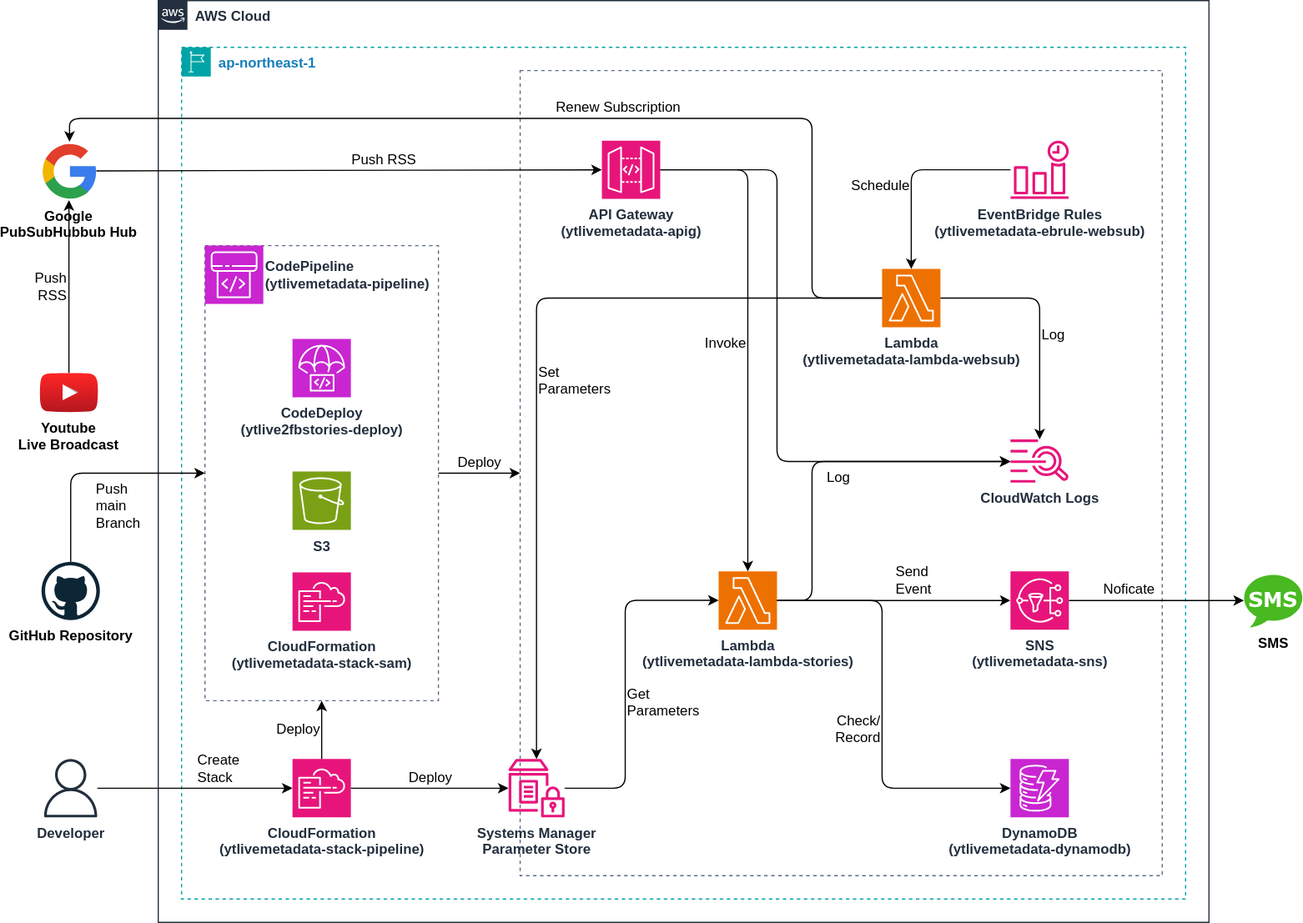
Above: architecture.drawio.svg in infhyroyage/YTLiveMetaData (draw.io), before the change. Source tidied: cells renumbered, new cells last; positions are measured from the earlier drawing's top-left corner, leaving out a move shared by most shapes. Its diagram source:
```xml
<mxGraphModel>
  <root>
    <mxCell id="0" />
    <mxCell id="1" parent="0" />
    <mxCell id="2" value="AWS Cloud" style="gradientColor=none;html=1;whiteSpace=wrap;fontSize=12;fontStyle=1;shape=mxgraph.aws4.group;grIcon=mxgraph.aws4.group_aws_cloud_alt;strokeColor=#232F3E;fillColor=none;verticalAlign=top;align=left;spacingLeft=30;fontColor=#232F3E;dashed=0;" parent="1" vertex="1">
      <mxGeometry x="102" width="900" height="790" as="geometry" />
    </mxCell>
    <mxCell id="3" value="ap-northeast-1" style="gradientColor=none;html=1;whiteSpace=wrap;fontSize=12;fontStyle=1;shape=mxgraph.aws4.group;grIcon=mxgraph.aws4.group_region;strokeColor=#00A4A6;fillColor=none;verticalAlign=top;align=left;spacingLeft=30;fontColor=#147EBA;dashed=1;" parent="2" vertex="1">
      <mxGeometry x="20" y="40" width="860" height="730" as="geometry" />
    </mxCell>
    <mxCell id="4" style="fillColor=none;strokeColor=#5A6C86;dashed=1;verticalAlign=top;fontStyle=0;fontColor=#5A6C86;whiteSpace=wrap;html=1;" parent="3" vertex="1">
      <mxGeometry x="290" y="20" width="550" height="690" as="geometry" />
    </mxCell>
    <mxCell id="5" value="Check/&lt;div&gt;&lt;span style=&quot;background-color: light-dark(#ffffff, var(--ge-dark-color, #121212));&quot;&gt;Record&amp;nbsp;&lt;/span&gt;&lt;/div&gt;" style="edgeStyle=orthogonalEdgeStyle;html=1;fontSize=12;labelPosition=left;verticalLabelPosition=bottom;align=right;verticalAlign=top;" parent="3" edge="1" source="8" target="12">
      <mxGeometry relative="1" as="geometry">
        <Array as="points">
          <mxPoint x="600" y="474" />
          <mxPoint x="600" y="635" />
        </Array>
      </mxGeometry>
    </mxCell>
    <mxCell id="6" style="fillColor=none;strokeColor=#5A6C86;dashed=1;verticalAlign=top;fontStyle=0;fontColor=#5A6C86;whiteSpace=wrap;html=1;" parent="3" vertex="1">
      <mxGeometry x="20" y="170" width="200" height="390" as="geometry" />
    </mxCell>
    <mxCell id="7" value="API Gateway&lt;div&gt;(ytlivemetadata-apig)&lt;/div&gt;" style="sketch=0;points=[[0,0,0],[0.25,0,0],[0.5,0,0],[0.75,0,0],[1,0,0],[0,1,0],[0.25,1,0],[0.5,1,0],[0.75,1,0],[1,1,0],[0,0.25,0],[0,0.5,0],[0,0.75,0],[1,0.25,0],[1,0.5,0],[1,0.75,0]];outlineConnect=0;fontColor=#232F3E;fillColor=#E7157B;strokeColor=#ffffff;dashed=0;verticalLabelPosition=bottom;verticalAlign=top;align=center;html=1;fontSize=12;fontStyle=1;shape=mxgraph.aws4.resourceIcon;resIcon=mxgraph.aws4.api_gateway;" parent="3" vertex="1">
      <mxGeometry x="360" y="80" width="50" height="50" as="geometry" />
    </mxCell>
    <mxCell id="8" value="Lambda&lt;div&gt;(ytlivemetadata-lambda-stories)&lt;/div&gt;" style="sketch=0;points=[[0,0,0],[0.25,0,0],[0.5,0,0],[0.75,0,0],[1,0,0],[0,1,0],[0.25,1,0],[0.5,1,0],[0.75,1,0],[1,1,0],[0,0.25,0],[0,0.5,0],[0,0.75,0],[1,0.25,0],[1,0.5,0],[1,0.75,0]];outlineConnect=0;fontColor=#232F3E;fillColor=#ED7100;strokeColor=#ffffff;dashed=0;verticalLabelPosition=bottom;verticalAlign=top;align=center;html=1;fontSize=12;fontStyle=1;shape=mxgraph.aws4.resourceIcon;resIcon=mxgraph.aws4.lambda;" parent="3" vertex="1">
      <mxGeometry x="460" y="449.1" width="50" height="50" as="geometry" />
    </mxCell>
    <mxCell id="9" value="Lambda&lt;div&gt;(ytlivemetadata-lambda-websub)&lt;/div&gt;" style="sketch=0;points=[[0,0,0],[0.25,0,0],[0.5,0,0],[0.75,0,0],[1,0,0],[0,1,0],[0.25,1,0],[0.5,1,0],[0.75,1,0],[1,1,0],[0,0.25,0],[0,0.5,0],[0,0.75,0],[1,0.25,0],[1,0.5,0],[1,0.75,0]];outlineConnect=0;fontColor=#232F3E;fillColor=#ED7100;strokeColor=#ffffff;dashed=0;verticalLabelPosition=bottom;verticalAlign=top;align=center;html=1;fontSize=12;fontStyle=1;shape=mxgraph.aws4.resourceIcon;resIcon=mxgraph.aws4.lambda;" parent="3" vertex="1">
      <mxGeometry x="600" y="190" width="50" height="50" as="geometry" />
    </mxCell>
    <mxCell id="10" value="&lt;span style=&quot;color: rgb(35, 47, 62); font-weight: 700;&quot;&gt;EventBridge Rules&lt;/span&gt;&lt;div&gt;&lt;span style=&quot;color: rgb(35, 47, 62); font-weight: 700;&quot;&gt;(ytlivemetadata-ebrule-websub)&lt;/span&gt;&lt;/div&gt;" style="sketch=0;outlineConnect=0;fontColor=#232F3E;gradientColor=none;fillColor=#E7157B;strokeColor=none;dashed=0;verticalLabelPosition=bottom;verticalAlign=top;align=center;html=1;fontSize=12;fontStyle=0;shape=mxgraph.aws4.event_time_based;" parent="3" vertex="1">
      <mxGeometry x="710" y="80" width="50" height="50" as="geometry" />
    </mxCell>
    <mxCell id="11" value="&lt;span style=&quot;color: rgb(35, 47, 62); font-weight: 700;&quot;&gt;CloudWatch Logs&lt;/span&gt;" style="sketch=0;outlineConnect=0;fontColor=#232F3E;gradientColor=none;fillColor=#E7157B;strokeColor=none;dashed=0;verticalLabelPosition=bottom;verticalAlign=top;align=center;html=1;fontSize=12;fontStyle=0;shape=mxgraph.aws4.cloudwatch_logs;" parent="3" vertex="1">
      <mxGeometry x="710" y="336" width="50" height="37.2" as="geometry" />
    </mxCell>
    <mxCell id="12" value="DynamoDB&lt;div&gt;(ytlivemetadata-dynamodb)&lt;/div&gt;" style="sketch=0;points=[[0,0,0],[0.25,0,0],[0.5,0,0],[0.75,0,0],[1,0,0],[0,1,0],[0.25,1,0],[0.5,1,0],[0.75,1,0],[1,1,0],[0,0.25,0],[0,0.5,0],[0,0.75,0],[1,0.25,0],[1,0.5,0],[1,0.75,0]];outlineConnect=0;fontColor=#232F3E;fillColor=#C925D1;strokeColor=#ffffff;dashed=0;verticalLabelPosition=bottom;verticalAlign=top;align=center;html=1;fontSize=12;fontStyle=1;shape=mxgraph.aws4.resourceIcon;resIcon=mxgraph.aws4.dynamodb;" parent="3" vertex="1">
      <mxGeometry x="710" y="610" width="50" height="50" as="geometry" />
    </mxCell>
    <mxCell id="13" value="Deploy" style="edgeStyle=none;html=1;labelPosition=center;verticalLabelPosition=top;align=center;verticalAlign=bottom;fontSize=12;" parent="3" edge="1" source="6" target="4">
      <mxGeometry relative="1" as="geometry" />
    </mxCell>
    <mxCell id="14" value="Invoke" style="edgeStyle=orthogonalEdgeStyle;html=1;fontSize=12;labelPosition=left;verticalLabelPosition=bottom;align=right;verticalAlign=top;" parent="3" edge="1" source="7" target="8">
      <mxGeometry relative="1" as="geometry">
        <Array as="points">
          <mxPoint x="485" y="105" />
        </Array>
      </mxGeometry>
    </mxCell>
    <mxCell id="15" value="Get&lt;div&gt;Parameters&lt;/div&gt;" style="edgeStyle=orthogonalEdgeStyle;html=1;fontSize=12;labelPosition=right;verticalLabelPosition=bottom;align=left;verticalAlign=top;" parent="3" edge="1" source="20" target="8">
      <mxGeometry relative="1" as="geometry">
        <Array as="points">
          <mxPoint x="380" y="635" />
          <mxPoint x="380" y="474" />
        </Array>
      </mxGeometry>
    </mxCell>
    <mxCell id="16" value="CloudFormation&lt;div&gt;(ytlivemetadata-stack-sam)&lt;/div&gt;" style="sketch=0;fontColor=#232F3E;fillColor=#E7157B;strokeColor=#ffffff;dashed=0;verticalLabelPosition=bottom;verticalAlign=top;align=center;html=1;fontSize=12;fontStyle=1;shape=mxgraph.aws4.resourceIcon;resIcon=mxgraph.aws4.cloudformation;" parent="3" vertex="1">
      <mxGeometry x="95" y="450" width="50" height="50" as="geometry" />
    </mxCell>
    <mxCell id="17" value="S3" style="sketch=0;fontColor=#232F3E;fillColor=#7AA116;strokeColor=#ffffff;dashed=0;verticalLabelPosition=bottom;verticalAlign=top;align=center;html=1;fontSize=12;fontStyle=1;shape=mxgraph.aws4.resourceIcon;resIcon=mxgraph.aws4.s3;" parent="3" vertex="1">
      <mxGeometry x="95" y="363.6" width="50" height="50" as="geometry" />
    </mxCell>
    <mxCell id="18" value="CodeDeploy&lt;div&gt;(ytlive2fbstories-deploy)&lt;/div&gt;" style="sketch=0;fontColor=#232F3E;fillColor=#C925D1;strokeColor=#ffffff;dashed=0;verticalLabelPosition=bottom;verticalAlign=top;align=center;html=1;fontSize=12;fontStyle=1;shape=mxgraph.aws4.resourceIcon;resIcon=mxgraph.aws4.codedeploy;" parent="3" vertex="1">
      <mxGeometry x="95" y="250" width="50" height="50" as="geometry" />
    </mxCell>
    <mxCell id="19" value="CodePipeline&lt;div&gt;(ytlivemetadata-pipeline)&lt;/div&gt;" style="sketch=0;fontColor=#232F3E;fillColor=#C925D1;strokeColor=#ffffff;dashed=0;verticalLabelPosition=middle;verticalAlign=middle;align=left;html=1;fontSize=12;fontStyle=1;shape=mxgraph.aws4.resourceIcon;resIcon=mxgraph.aws4.codepipeline;labelPosition=right;" parent="3" vertex="1">
      <mxGeometry x="20" y="170" width="50" height="50" as="geometry" />
    </mxCell>
    <mxCell id="20" value="Systems Manager&lt;div&gt;Parameter Store&lt;/div&gt;" style="sketch=0;outlineConnect=0;fontColor=#232F3E;gradientColor=none;fillColor=#E7157B;strokeColor=none;dashed=0;verticalLabelPosition=bottom;verticalAlign=top;align=center;html=1;fontSize=12;fontStyle=1;shape=mxgraph.aws4.parameter_store;" parent="3" vertex="1">
      <mxGeometry x="280" y="610" width="48.1" height="50" as="geometry" />
    </mxCell>
    <mxCell id="21" value="CloudFormation&lt;div&gt;(ytlivemetadata-stack-pipeline)&lt;/div&gt;" style="sketch=0;points=[[0,0,0],[0.25,0,0],[0.5,0,0],[0.75,0,0],[1,0,0],[0,1,0],[0.25,1,0],[0.5,1,0],[0.75,1,0],[1,1,0],[0,0.25,0],[0,0.5,0],[0,0.75,0],[1,0.25,0],[1,0.5,0],[1,0.75,0]];points=[[0,0,0],[0.25,0,0],[0.5,0,0],[0.75,0,0],[1,0,0],[0,1,0],[0.25,1,0],[0.5,1,0],[0.75,1,0],[1,1,0],[0,0.25,0],[0,0.5,0],[0,0.75,0],[1,0.25,0],[1,0.5,0],[1,0.75,0]];outlineConnect=0;fontColor=#232F3E;fillColor=#E7157B;strokeColor=#ffffff;dashed=0;verticalLabelPosition=bottom;verticalAlign=top;align=center;html=1;fontSize=12;fontStyle=1;shape=mxgraph.aws4.resourceIcon;resIcon=mxgraph.aws4.cloudformation;" parent="3" vertex="1">
      <mxGeometry x="95" y="610" width="50" height="50" as="geometry" />
    </mxCell>
    <mxCell id="22" value="Deploy" style="edgeStyle=none;html=1;labelPosition=left;verticalLabelPosition=middle;align=right;verticalAlign=middle;fontSize=12;" parent="3" edge="1" source="21" target="6">
      <mxGeometry relative="1" as="geometry" />
    </mxCell>
    <mxCell id="23" value="&lt;div&gt;SNS&lt;/div&gt;(ytlivemetadata-sns)" style="sketch=0;points=[[0,0,0],[0.25,0,0],[0.5,0,0],[0.75,0,0],[1,0,0],[0,1,0],[0.25,1,0],[0.5,1,0],[0.75,1,0],[1,1,0],[0,0.25,0],[0,0.5,0],[0,0.75,0],[1,0.25,0],[1,0.5,0],[1,0.75,0]];outlineConnect=0;fontColor=#232F3E;fillColor=#E7157B;strokeColor=#ffffff;dashed=0;verticalLabelPosition=bottom;verticalAlign=top;align=center;html=1;fontSize=12;fontStyle=1;shape=mxgraph.aws4.resourceIcon;resIcon=mxgraph.aws4.sns;" parent="3" vertex="1">
      <mxGeometry x="710" y="449.1" width="50" height="50" as="geometry" />
    </mxCell>
    <mxCell id="24" value="Send&lt;div&gt;Event&lt;/div&gt;" style="edgeStyle=none;html=1;labelPosition=right;verticalLabelPosition=top;align=left;verticalAlign=bottom;fontSize=12;" parent="3" edge="1" source="8" target="23">
      <mxGeometry relative="1" as="geometry" />
    </mxCell>
    <mxCell id="25" value="Deploy" style="edgeStyle=none;html=1;labelPosition=center;verticalLabelPosition=top;align=center;verticalAlign=bottom;fontSize=12;" parent="3" edge="1" source="21" target="20">
      <mxGeometry relative="1" as="geometry" />
    </mxCell>
    <mxCell id="26" value="Schedule" style="edgeStyle=orthogonalEdgeStyle;html=1;fontSize=12;labelPosition=left;verticalLabelPosition=bottom;align=right;verticalAlign=top;" parent="3" edge="1" source="10" target="9">
      <mxGeometry relative="1" as="geometry">
        <Array as="points">
          <mxPoint x="625" y="105" />
        </Array>
      </mxGeometry>
    </mxCell>
    <mxCell id="27" value="Set&lt;div&gt;Parameters&lt;/div&gt;" style="edgeStyle=orthogonalEdgeStyle;html=1;fontSize=12;labelPosition=right;verticalLabelPosition=bottom;align=left;verticalAlign=top;" parent="3" edge="1" source="9" target="20">
      <mxGeometry relative="1" as="geometry">
        <Array as="points">
          <mxPoint x="304" y="215" />
        </Array>
      </mxGeometry>
    </mxCell>
    <mxCell id="28" value="Log" style="edgeStyle=orthogonalEdgeStyle;html=1;fontSize=12;labelPosition=right;verticalLabelPosition=bottom;align=left;verticalAlign=top;" parent="3" edge="1" source="8" target="11">
      <mxGeometry relative="1" as="geometry">
        <Array as="points">
          <mxPoint x="540" y="474" />
          <mxPoint x="540" y="355" />
        </Array>
      </mxGeometry>
    </mxCell>
    <mxCell id="29" style="edgeStyle=orthogonalEdgeStyle;html=1;fontSize=12;labelPosition=right;verticalLabelPosition=bottom;align=left;verticalAlign=top;" parent="3" edge="1" source="7" target="11">
      <mxGeometry relative="1" as="geometry">
        <Array as="points">
          <mxPoint x="510" y="105" />
          <mxPoint x="510" y="355" />
        </Array>
      </mxGeometry>
    </mxCell>
    <mxCell id="30" value="Log" style="edgeStyle=orthogonalEdgeStyle;html=1;fontSize=12;labelPosition=right;verticalLabelPosition=bottom;align=left;verticalAlign=top;" parent="3" edge="1" source="9" target="11">
      <mxGeometry relative="1" as="geometry">
        <Array as="points">
          <mxPoint x="735" y="215" />
        </Array>
      </mxGeometry>
    </mxCell>
    <mxCell id="31" value="&lt;div&gt;GitHub Repository&lt;/div&gt;" style="dashed=0;outlineConnect=0;html=1;align=center;labelPosition=center;verticalLabelPosition=bottom;verticalAlign=top;shape=mxgraph.weblogos.github;fontColor=#000000;fontStyle=1;" parent="1" vertex="1">
      <mxGeometry x="2" y="481" width="50" height="50" as="geometry" />
    </mxCell>
    <mxCell id="32" value="Push&lt;div&gt;RSS&lt;/div&gt;" style="edgeStyle=none;html=1;labelPosition=left;verticalLabelPosition=middle;align=right;verticalAlign=middle;fontSize=12;" parent="1" edge="1" source="35" target="33">
      <mxGeometry relative="1" as="geometry" />
    </mxCell>
    <mxCell id="33" value="Google&lt;div&gt;PubSubHubbub Hub&lt;/div&gt;" style="dashed=0;outlineConnect=0;html=1;align=center;labelPosition=center;verticalLabelPosition=bottom;verticalAlign=top;shape=mxgraph.weblogos.google;fontStyle=1;" parent="1" vertex="1">
      <mxGeometry x="2" y="121" width="47" height="50" as="geometry" />
    </mxCell>
    <mxCell id="34" value="Push RSS" style="edgeStyle=none;html=1;labelPosition=right;verticalLabelPosition=top;align=left;verticalAlign=bottom;fontSize=12;" parent="1" edge="1" source="33" target="7">
      <mxGeometry relative="1" as="geometry" />
    </mxCell>
    <mxCell id="35" value="Youtube&lt;div&gt;Live Broadcast&lt;/div&gt;" style="dashed=0;outlineConnect=0;html=1;align=center;labelPosition=center;verticalLabelPosition=bottom;verticalAlign=top;shape=mxgraph.weblogos.youtube_2;fillColor=#FF2626;gradientColor=#B5171F;fontStyle=1;" parent="1" vertex="1">
      <mxGeometry x="0.5" y="319.1" width="50" height="33.8" as="geometry" />
    </mxCell>
    <mxCell id="36" value="Noficate" style="edgeStyle=none;html=1;labelPosition=left;verticalLabelPosition=top;align=right;verticalAlign=bottom;fontSize=12;" parent="1" edge="1" source="23" target="40">
      <mxGeometry relative="1" as="geometry" />
    </mxCell>
    <mxCell id="37" value="Push&lt;div&gt;main&lt;/div&gt;&lt;div&gt;Branch&lt;/div&gt;" style="edgeStyle=orthogonalEdgeStyle;html=1;fontSize=12;labelPosition=right;verticalLabelPosition=bottom;align=left;verticalAlign=top;" parent="1" edge="1" source="31" target="6">
      <mxGeometry relative="1" as="geometry">
        <Array as="points">
          <mxPoint x="27" y="405" />
        </Array>
      </mxGeometry>
    </mxCell>
    <mxCell id="38" value="Developer" style="sketch=0;outlineConnect=0;fontColor=#232F3E;gradientColor=none;fillColor=#232F3D;strokeColor=none;dashed=0;verticalLabelPosition=bottom;verticalAlign=top;align=center;html=1;fontSize=12;fontStyle=1;shape=mxgraph.aws4.user;" parent="1" vertex="1">
      <mxGeometry x="2" y="650" width="50" height="50" as="geometry" />
    </mxCell>
    <mxCell id="39" value="Create&lt;div&gt;Stack&lt;/div&gt;" style="edgeStyle=none;html=1;labelPosition=right;verticalLabelPosition=top;align=left;verticalAlign=bottom;fontSize=12;" parent="1" edge="1" source="38" target="21">
      <mxGeometry relative="1" as="geometry" />
    </mxCell>
    <mxCell id="40" value="SMS" style="dashed=0;outlineConnect=0;html=1;align=center;labelPosition=center;verticalLabelPosition=bottom;verticalAlign=top;shape=mxgraph.weblogos.sms;fillColor=#48B921;strokeColor=none;fontStyle=1;" parent="1" vertex="1">
      <mxGeometry x="1032" y="491" width="50" height="46.2" as="geometry" />
    </mxCell>
    <mxCell id="41" value="Renew Subscription" style="edgeStyle=orthogonalEdgeStyle;html=1;fontSize=12;labelPosition=right;verticalLabelPosition=top;align=left;verticalAlign=bottom;" parent="1" edge="1" source="9" target="33">
      <mxGeometry relative="1" as="geometry">
        <Array as="points">
          <mxPoint x="662" y="255" />
          <mxPoint x="662" y="101" />
          <mxPoint x="26" y="101" />
        </Array>
      </mxGeometry>
    </mxCell>
  </root>
</mxGraphModel>
```
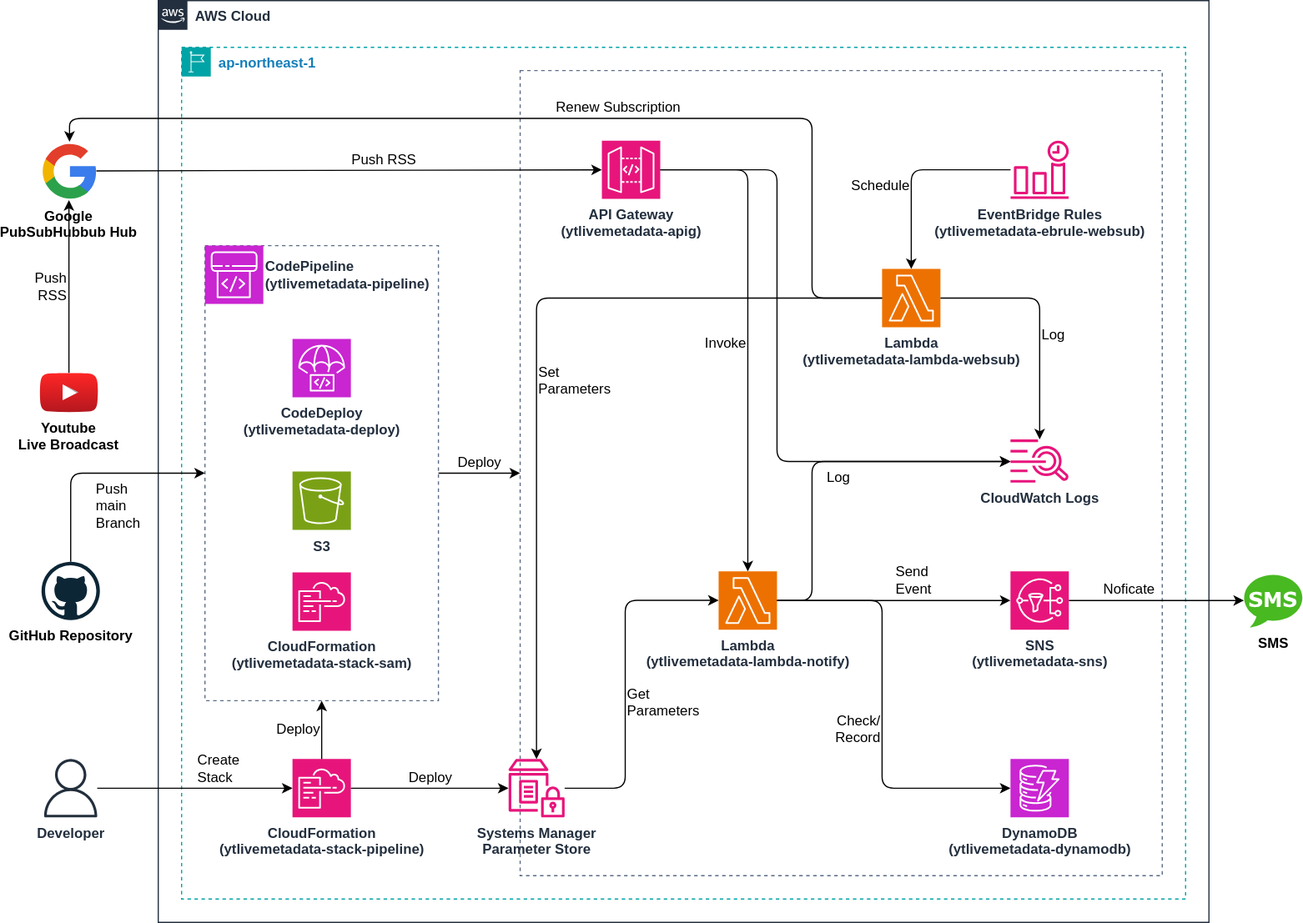
The same file after the commit.

Commit message:
Fix AWS architecture figure

What changed in the source:
```diff
@@ -25,7 +25,7 @@
     <mxCell id="7" value="API Gateway&lt;div&gt;(ytlivemetadata-apig)&lt;/div&gt;" style="sketch=0;points=[[0,0,0],[0.25,0,0],[0.5,0,0],[0.75,0,0],[1,0,0],[0,1,0],[0.25,1,0],[0.5,1,0],[0.75,1,0],[1,1,0],[0,0.25,0],[0,0.5,0],[0,0.75,0],[1,0.25,0],[1,0.5,0],[1,0.75,0]];outlineConnect=0;fontColor=#232F3E;fillColor=#E7157B;strokeColor=#ffffff;dashed=0;verticalLabelPosition=bottom;verticalAlign=top;align=center;html=1;fontSize=12;fontStyle=1;shape=mxgraph.aws4.resourceIcon;resIcon=mxgraph.aws4.api_gateway;" parent="3" vertex="1">
       <mxGeometry x="360" y="80" width="50" height="50" as="geometry" />
     </mxCell>
-    <mxCell id="8" value="Lambda&lt;div&gt;(ytlivemetadata-lambda-stories)&lt;/div&gt;" style="sketch=0;points=[[0,0,0],[0.25,0,0],[0.5,0,0],[0.75,0,0],[1,0,0],[0,1,0],[0.25,1,0],[0.5,1,0],[0.75,1,0],[1,1,0],[0,0.25,0],[0,0.5,0],[0,0.75,0],[1,0.25,0],[1,0.5,0],[1,0.75,0]];outlineConnect=0;fontColor=#232F3E;fillColor=#ED7100;strokeColor=#ffffff;dashed=0;verticalLabelPosition=bottom;verticalAlign=top;align=center;html=1;fontSize=12;fontStyle=1;shape=mxgraph.aws4.resourceIcon;resIcon=mxgraph.aws4.lambda;" parent="3" vertex="1">
+    <mxCell id="8" value="Lambda&lt;div&gt;(ytlivemetadata-lambda-notify)&lt;/div&gt;" style="sketch=0;points=[[0,0,0],[0.25,0,0],[0.5,0,0],[0.75,0,0],[1,0,0],[0,1,0],[0.25,1,0],[0.5,1,0],[0.75,1,0],[1,1,0],[0,0.25,0],[0,0.5,0],[0,0.75,0],[1,0.25,0],[1,0.5,0],[1,0.75,0]];outlineConnect=0;fontColor=#232F3E;fillColor=#ED7100;strokeColor=#ffffff;dashed=0;verticalLabelPosition=bottom;verticalAlign=top;align=center;html=1;fontSize=12;fontStyle=1;shape=mxgraph.aws4.resourceIcon;resIcon=mxgraph.aws4.lambda;" parent="3" vertex="1">
       <mxGeometry x="460" y="449.1" width="50" height="50" as="geometry" />
     </mxCell>
     <mxCell id="9" value="Lambda&lt;div&gt;(ytlivemetadata-lambda-websub)&lt;/div&gt;" style="sketch=0;points=[[0,0,0],[0.25,0,0],[0.5,0,0],[0.75,0,0],[1,0,0],[0,1,0],[0.25,1,0],[0.5,1,0],[0.75,1,0],[1,1,0],[0,0.25,0],[0,0.5,0],[0,0.75,0],[1,0.25,0],[1,0.5,0],[1,0.75,0]];outlineConnect=0;fontColor=#232F3E;fillColor=#ED7100;strokeColor=#ffffff;dashed=0;verticalLabelPosition=bottom;verticalAlign=top;align=center;html=1;fontSize=12;fontStyle=1;shape=mxgraph.aws4.resourceIcon;resIcon=mxgraph.aws4.lambda;" parent="3" vertex="1">
@@ -64,7 +64,7 @@
     <mxCell id="17" value="S3" style="sketch=0;fontColor=#232F3E;fillColor=#7AA116;strokeColor=#ffffff;dashed=0;verticalLabelPosition=bottom;verticalAlign=top;align=center;html=1;fontSize=12;fontStyle=1;shape=mxgraph.aws4.resourceIcon;resIcon=mxgraph.aws4.s3;" parent="3" vertex="1">
       <mxGeometry x="95" y="363.6" width="50" height="50" as="geometry" />
     </mxCell>
-    <mxCell id="18" value="CodeDeploy&lt;div&gt;(ytlive2fbstories-deploy)&lt;/div&gt;" style="sketch=0;fontColor=#232F3E;fillColor=#C925D1;strokeColor=#ffffff;dashed=0;verticalLabelPosition=bottom;verticalAlign=top;align=center;html=1;fontSize=12;fontStyle=1;shape=mxgraph.aws4.resourceIcon;resIcon=mxgraph.aws4.codedeploy;" parent="3" vertex="1">
+    <mxCell id="18" value="CodeDeploy&lt;div&gt;(ytlivemetadata-deploy)&lt;/div&gt;" style="sketch=0;fontColor=#232F3E;fillColor=#C925D1;strokeColor=#ffffff;dashed=0;verticalLabelPosition=bottom;verticalAlign=top;align=center;html=1;fontSize=12;fontStyle=1;shape=mxgraph.aws4.resourceIcon;resIcon=mxgraph.aws4.codedeploy;" parent="3" vertex="1">
       <mxGeometry x="95" y="250" width="50" height="50" as="geometry" />
     </mxCell>
     <mxCell id="19" value="CodePipeline&lt;div&gt;(ytlivemetadata-pipeline)&lt;/div&gt;" style="sketch=0;fontColor=#232F3E;fillColor=#C925D1;strokeColor=#ffffff;dashed=0;verticalLabelPosition=middle;verticalAlign=middle;align=left;html=1;fontSize=12;fontStyle=1;shape=mxgraph.aws4.resourceIcon;resIcon=mxgraph.aws4.codepipeline;labelPosition=right;" parent="3" vertex="1">
```
